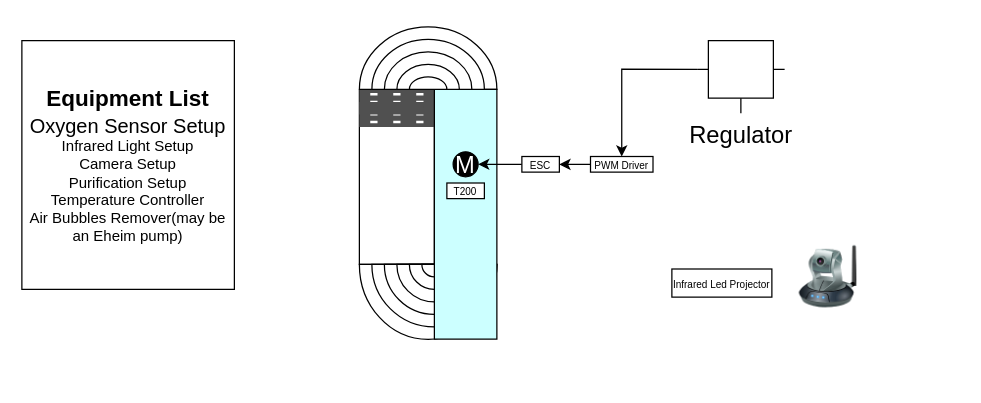
This is Başlıksız Diyagram.drawio from mmuurraatt/Graduation-Project, a draw.io file, before an edit. Source tidied: cells renumbered, new cells numbered last; positions are measured from the earlier drawing's top-left corner, leaving out a move shared by most shapes. Both pictures are drawn from the tidied source at 125%, with x=0, y=0 at pixel (21, 26).
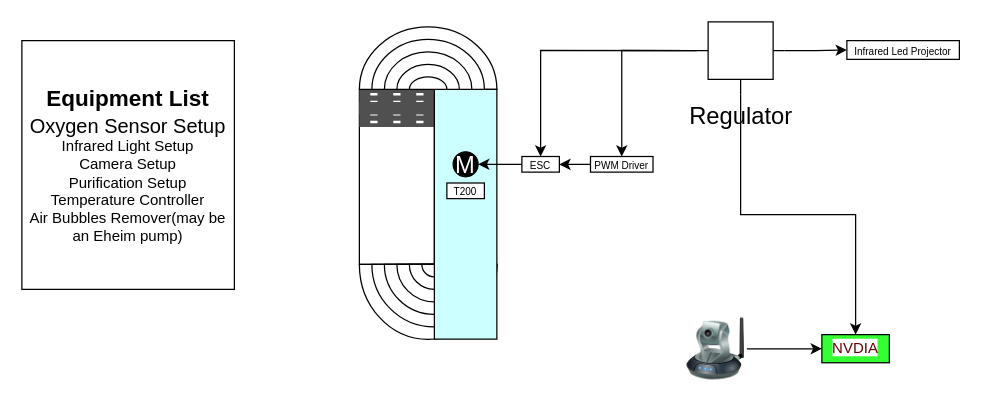
The same page after the edit.

Unchanged cells that the change refers to:
```xml
<mxCell id="19" value="&lt;font style=&quot;font-size: 8px;&quot;&gt;ESC&lt;/font&gt;" style="rounded=0;whiteSpace=wrap;html=1;strokeColor=#000000;fontColor=#000000;fillColor=#FFFFFF;gradientColor=none;" parent="1" vertex="1">
  <mxGeometry x="400" y="103.7" width="30" height="12.5" as="geometry" />
</mxCell>
<mxCell id="24" value="&lt;font style=&quot;font-size: 8px;&quot;&gt;PWM Driver&lt;/font&gt;" style="rounded=0;whiteSpace=wrap;html=1;strokeColor=#000000;fontColor=#000000;fillColor=#FFFFFF;gradientColor=none;" parent="1" vertex="1">
  <mxGeometry x="454.9" y="103.7" width="50" height="12.5" as="geometry" />
</mxCell>
```

The edit, as a diff of the source:
```diff
@@
-    <mxCell id="20" style="edgeStyle=orthogonalEdgeStyle;rounded=0;jettySize=auto;html=1;exitX=0;exitY=0.395;exitDx=0;exitDy=0;exitPerimeter=0;fontSize=7;fontColor=#000000;" parent="1" edge="1" source="22">
+    <mxCell id="20" style="edgeStyle=orthogonalEdgeStyle;rounded=0;jettySize=auto;html=1;exitX=0;exitY=0.395;exitDx=0;exitDy=0;exitPerimeter=0;fontSize=7;fontColor=#000000;entryX=0.5;entryY=0;entryDx=0;entryDy=0;" parent="1" edge="1" source="22" target="24">
       <mxGeometry relative="1" as="geometry">
-        <mxPoint x="540" y="33.7" as="targetPoint" />
+        <Array as="points">
+          <mxPoint x="480" y="19" />
+        </Array>
       </mxGeometry>
     </mxCell>
-    <mxCell id="21" style="edgeStyle=orthogonalEdgeStyle;rounded=0;jettySize=auto;html=1;exitX=0;exitY=0.395;exitDx=0;exitDy=0;exitPerimeter=0;entryX=0.5;entryY=0;entryDx=0;entryDy=0;fontSize=7;fontColor=#000000;" parent="1" edge="1" source="22" target="24">
-      <mxGeometry relative="1" as="geometry" />
-    </mxCell>
+    <mxCell id="29" style="edgeStyle=orthogonalEdgeStyle;rounded=0;jettySize=auto;html=1;fontSize=12;fontColor=#660000;exitX=1;exitY=0.395;exitDx=0;exitDy=0;exitPerimeter=0;" parent="1" edge="1" source="22" target="25">
+      <mxGeometry relative="1" as="geometry" />
+    </mxCell>
+    <mxCell id="30" style="edgeStyle=orthogonalEdgeStyle;rounded=0;jettySize=auto;html=1;exitX=0.5;exitY=1;exitDx=0;exitDy=0;exitPerimeter=0;entryX=0.5;entryY=0;entryDx=0;entryDy=0;fontSize=12;fontColor=#660000;" parent="1" edge="1" source="22" target="33">
+      <mxGeometry relative="1" as="geometry" />
+    </mxCell>
+    <mxCell id="31" style="edgeStyle=orthogonalEdgeStyle;rounded=0;jettySize=auto;html=1;entryX=0.5;entryY=0;entryDx=0;entryDy=0;fontSize=12;fontColor=#660000;exitX=0;exitY=0.395;exitDx=0;exitDy=0;exitPerimeter=0;" parent="1" edge="1" source="22" target="19">
+      <mxGeometry relative="1" as="geometry">
+        <Array as="points">
+          <mxPoint x="415" y="19" />
+        </Array>
+      </mxGeometry>
+    </mxCell>
     <mxCell id="22" value="Regulator" style="verticalLabelPosition=bottom;shadow=0;dashed=0;align=center;html=1;verticalAlign=top;shape=mxgraph.electrical.abstract.voltage_regulator;strokeColor=#000000;fontSize=19;fontColor=#000000;fillColor=#FFFFFF;gradientColor=none;" parent="1" vertex="1">
-      <mxGeometry x="540.2" y="11" width="70" height="58" as="geometry" />
+      <mxGeometry x="540" y="-4" width="70" height="58" as="geometry" />
     </mxCell>
@@
     <mxCell id="25" value="&lt;font style=&quot;font-size: 8px;&quot;&gt;Infrared Led Projector&lt;/font&gt;" style="rounded=0;whiteSpace=wrap;html=1;strokeColor=#000000;fontColor=#000000;fillColor=#FFFFFF;gradientColor=none;" parent="1" vertex="1">
-      <mxGeometry x="520" y="193.7" width="80" height="22.5" as="geometry" />
+      <mxGeometry x="660" y="11" width="90" height="15" as="geometry" />
     </mxCell>
+    <mxCell id="32" style="edgeStyle=orthogonalEdgeStyle;rounded=0;jettySize=auto;html=1;fontSize=12;fontColor=#660000;" parent="1" edge="1" source="26" target="33">
+      <mxGeometry relative="1" as="geometry" />
+    </mxCell>
     <mxCell id="26" style="image;html=1;image=img/lib/clip_art/networking/Ip_Camera_128x128.png;strokeColor=#000000;fontSize=7;fontColor=#000000;fillColor=#FFFFFF;gradientColor=none;" parent="1" vertex="1">
-      <mxGeometry x="620" y="174.9" width="50" height="50.1" as="geometry" />
+      <mxGeometry x="530" y="232.5" width="50" height="50.1" as="geometry" />
     </mxCell>
@@
+    <mxCell id="33" value="&lt;font style=&quot;&quot;&gt;&lt;font color=&quot;#660000&quot; style=&quot;background-color: rgb(255, 255, 255); font-size: 12px;&quot;&gt;NVDIA&lt;/font&gt;&lt;br&gt;&lt;/font&gt;" style="rounded=0;whiteSpace=wrap;html=1;strokeColor=#000000;fontColor=#000000;fillColor=#33FF33;gradientColor=none;" parent="1" vertex="1">
+      <mxGeometry x="640" y="246.2" width="54" height="22.5" as="geometry" />
+    </mxCell>
```
